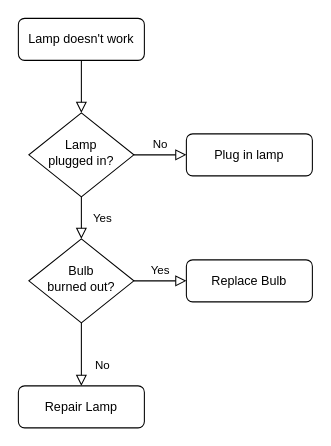
The draw.io diagram Untitled Diagram1.drawio in asyafrost/lab_1, before the edit. Source tidied: cells renumbered, new cells numbered last; positions are measured from the earlier drawing's top-left corner, leaving out a move shared by most shapes. Both pictures are drawn from the tidied source at 105%, with x=0, y=0 at pixel (18, 18).
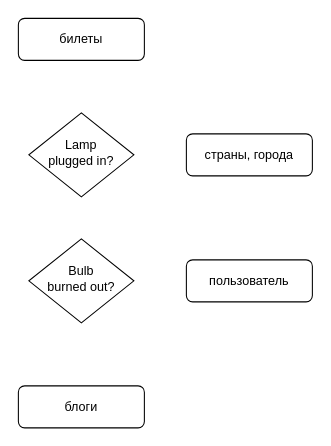
The same diagram, later.

Diff of the diagram source:
```diff
@@
 <mxGraphModel>
   <root>
     <mxCell id="0" />
     <mxCell id="1" parent="0" />
-    <mxCell id="2" style="rounded=0;html=1;jettySize=auto;fontSize=11;endArrow=block;endFill=0;endSize=8;strokeWidth=1;shadow=0;labelBackgroundColor=none;edgeStyle=orthogonalEdgeStyle;" parent="1" edge="1" source="3" target="6">
-      <mxGeometry relative="1" as="geometry" />
-    </mxCell>
-    <mxCell id="3" value="Lamp doesn't work" style="rounded=1;whiteSpace=wrap;html=1;fontSize=12;glass=0;strokeWidth=1;shadow=0;" parent="1" vertex="1">
+    <mxCell id="3" value="билеты" style="rounded=1;whiteSpace=wrap;html=1;fontSize=12;glass=0;strokeWidth=1;shadow=0;" parent="1" vertex="1">
       <mxGeometry width="120" height="40" as="geometry" />
     </mxCell>
-    <mxCell id="4" value="Yes" style="rounded=0;html=1;jettySize=auto;fontSize=11;endArrow=block;endFill=0;endSize=8;strokeWidth=1;shadow=0;labelBackgroundColor=none;edgeStyle=orthogonalEdgeStyle;" parent="1" edge="1" source="6" target="10">
-      <mxGeometry y="20" relative="1" as="geometry" />
-    </mxCell>
-    <mxCell id="5" value="No" style="edgeStyle=orthogonalEdgeStyle;rounded=0;html=1;jettySize=auto;fontSize=11;endArrow=block;endFill=0;endSize=8;strokeWidth=1;shadow=0;labelBackgroundColor=none;" parent="1" edge="1" source="6" target="7">
-      <mxGeometry y="10" relative="1" as="geometry" />
-    </mxCell>
     <mxCell id="6" value="Lamp&lt;br&gt;plugged in?" style="rhombus;whiteSpace=wrap;html=1;shadow=0;fontFamily=Helvetica;fontSize=12;align=center;strokeWidth=1;spacing=6;spacingTop=-4;" parent="1" vertex="1">
       <mxGeometry x="10" y="90" width="100" height="80" as="geometry" />
     </mxCell>
-    <mxCell id="7" value="Plug in lamp" style="rounded=1;whiteSpace=wrap;html=1;fontSize=12;glass=0;strokeWidth=1;shadow=0;" parent="1" vertex="1">
+    <mxCell id="7" value="страны, города" style="rounded=1;whiteSpace=wrap;html=1;fontSize=12;glass=0;strokeWidth=1;shadow=0;" parent="1" vertex="1">
       <mxGeometry x="160" y="110" width="120" height="40" as="geometry" />
     </mxCell>
-    <mxCell id="8" value="No" style="rounded=0;html=1;jettySize=auto;fontSize=11;endArrow=block;endFill=0;endSize=8;strokeWidth=1;shadow=0;labelBackgroundColor=none;edgeStyle=orthogonalEdgeStyle;" parent="1" edge="1" source="10" target="11">
-      <mxGeometry x="0.33" y="20" relative="1" as="geometry" />
-    </mxCell>
-    <mxCell id="9" value="Yes" style="edgeStyle=orthogonalEdgeStyle;rounded=0;html=1;jettySize=auto;fontSize=11;endArrow=block;endFill=0;endSize=8;strokeWidth=1;shadow=0;labelBackgroundColor=none;" parent="1" edge="1" source="10" target="12">
-      <mxGeometry y="10" relative="1" as="geometry" />
-    </mxCell>
     <mxCell id="10" value="Bulb&lt;br&gt;burned out?" style="rhombus;whiteSpace=wrap;html=1;shadow=0;fontFamily=Helvetica;fontSize=12;align=center;strokeWidth=1;spacing=6;spacingTop=-4;" parent="1" vertex="1">
       <mxGeometry x="10" y="210" width="100" height="80" as="geometry" />
     </mxCell>
-    <mxCell id="11" value="Repair Lamp" style="rounded=1;whiteSpace=wrap;html=1;fontSize=12;glass=0;strokeWidth=1;shadow=0;" parent="1" vertex="1">
+    <mxCell id="11" value="блоги" style="rounded=1;whiteSpace=wrap;html=1;fontSize=12;glass=0;strokeWidth=1;shadow=0;" parent="1" vertex="1">
       <mxGeometry y="350" width="120" height="40" as="geometry" />
     </mxCell>
-    <mxCell id="12" value="Replace Bulb" style="rounded=1;whiteSpace=wrap;html=1;fontSize=12;glass=0;strokeWidth=1;shadow=0;" parent="1" vertex="1">
+    <mxCell id="12" value="пользователь" style="rounded=1;whiteSpace=wrap;html=1;fontSize=12;glass=0;strokeWidth=1;shadow=0;" parent="1" vertex="1">
       <mxGeometry x="160" y="230" width="120" height="40" as="geometry" />
     </mxCell>
   </root>
 </mxGraphModel>
```
